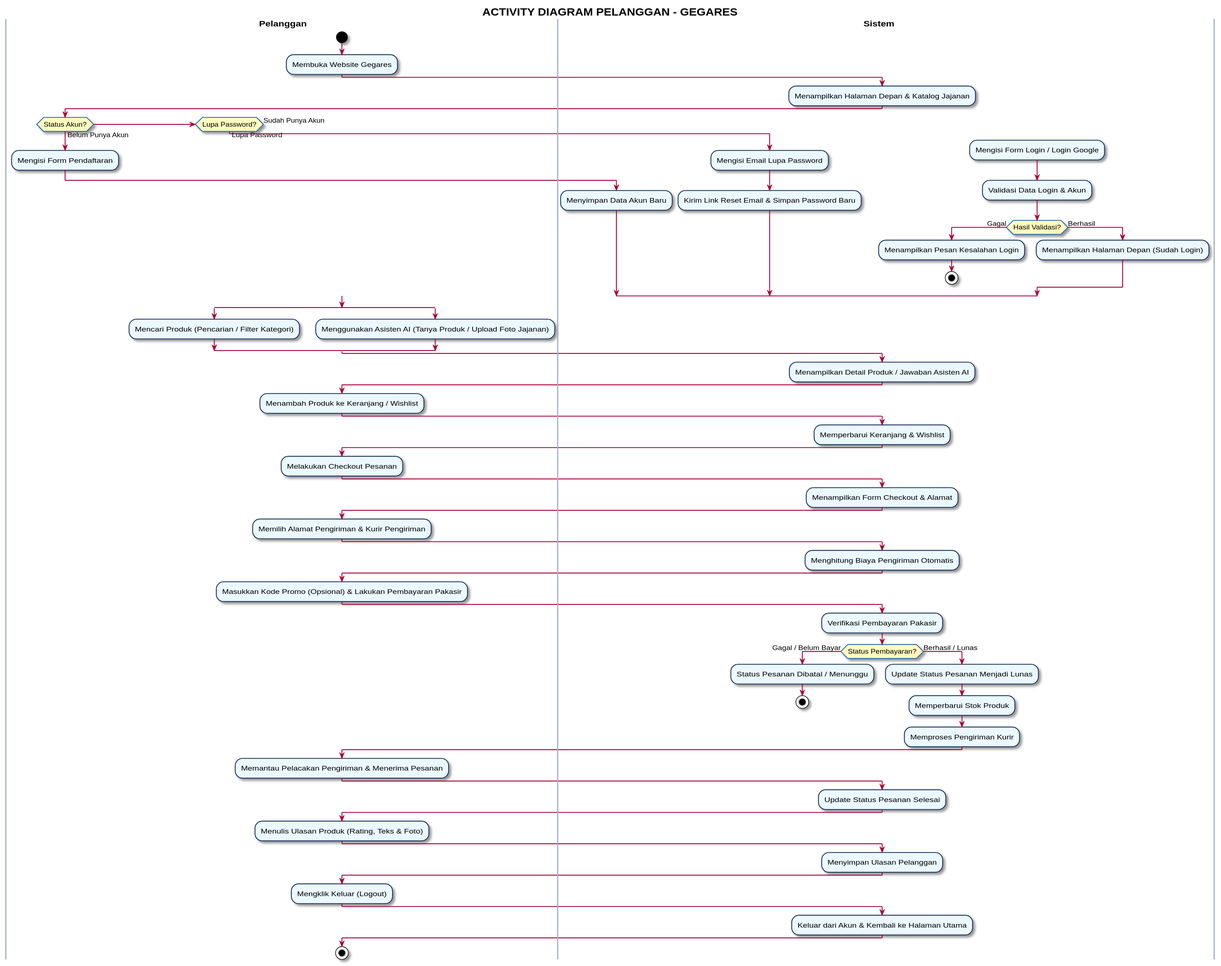
Before: activity_diagram_pelanggan.svg, a diagram exported from PlantUML (greedykid/gegares_toko).
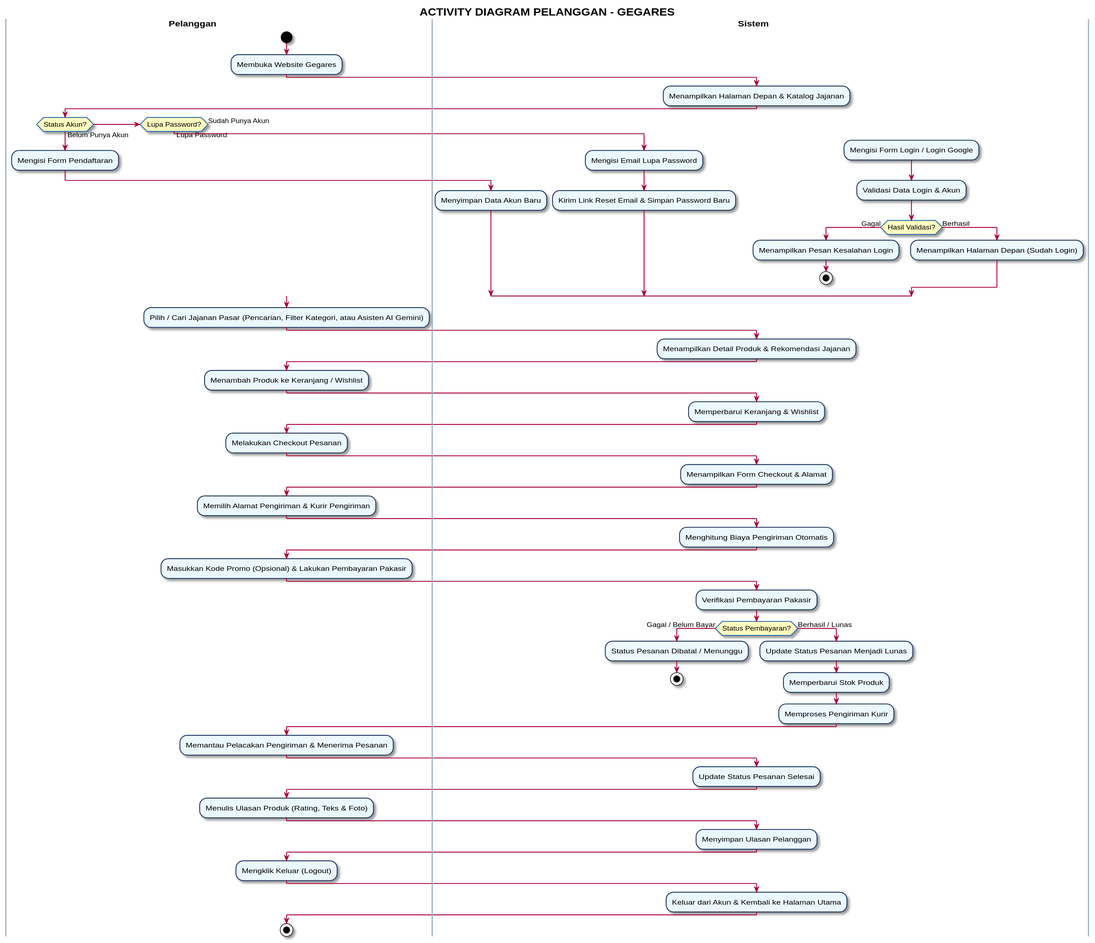
Above is the later version.

Commit message:
fix(diagram): fix disconnected lines with continuous linear flow and clean swimlane connections

Diff of the diagram source:
```diff
@@ -42,14 +42,10 @@
 endif
 
 |Pelanggan|
-split
-  :Mencari Produk (Pencarian / Filter Kategori);
-split again
-  :Menggunakan Asisten AI (Tanya Produk / Upload Foto Jajanan);
-end split
+:Pilih / Cari Jajanan Pasar (Pencarian, Filter Kategori, atau Asisten AI Gemini);
 
 |Sistem|
-:Menampilkan Detail Produk / Jawaban Asisten AI;
+:Menampilkan Detail Produk & Rekomendasi Jajanan;
 
 |Pelanggan|
 :Menambah Produk ke Keranjang / Wishlist;
```
